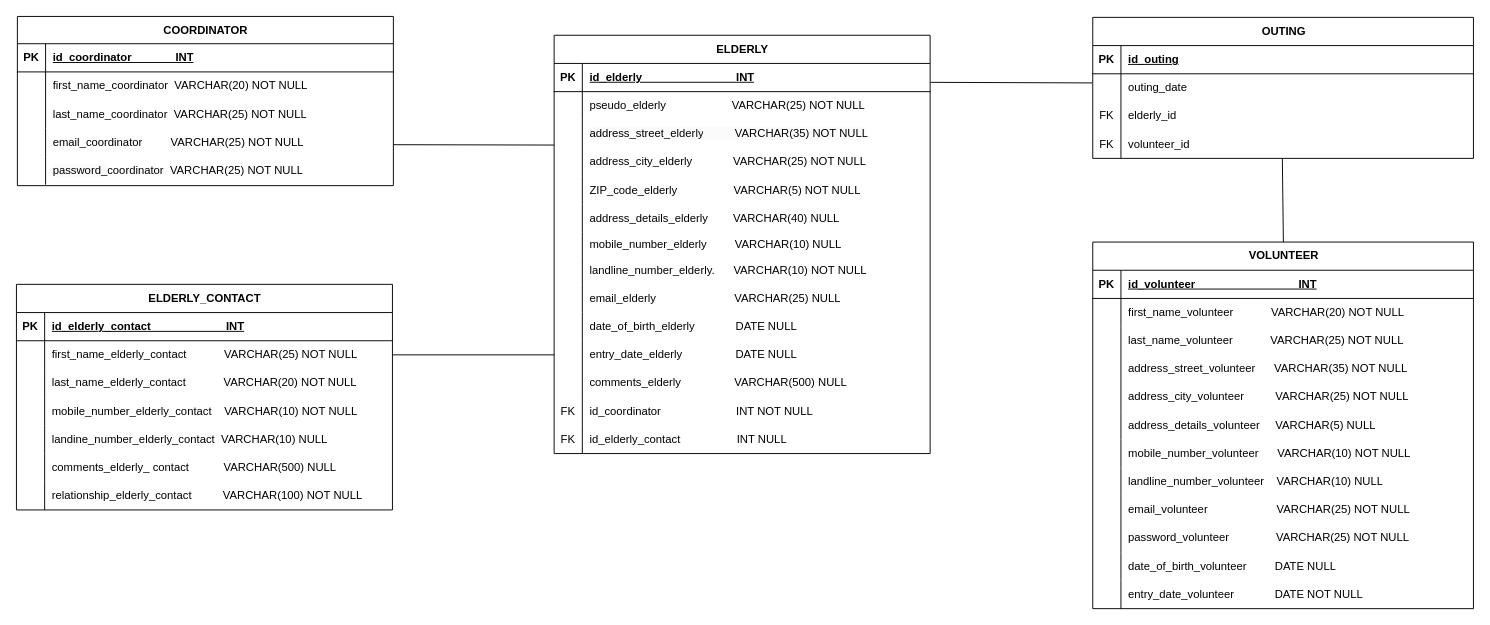
AnneGicquel/MCD_Marche_avec_Eliane keeps this draw.io diagram as page "Page-6" (3 of 5) of MCD_MaE.drawio. Above is the earlier version. Source tidied: cells renumbered, new cells numbered last; positions are measured from the earlier drawing's top-left corner, leaving out a move shared by most shapes. Both pictures are drawn from the tidied source at 94%, with x=0, y=0 at pixel (16, 16).
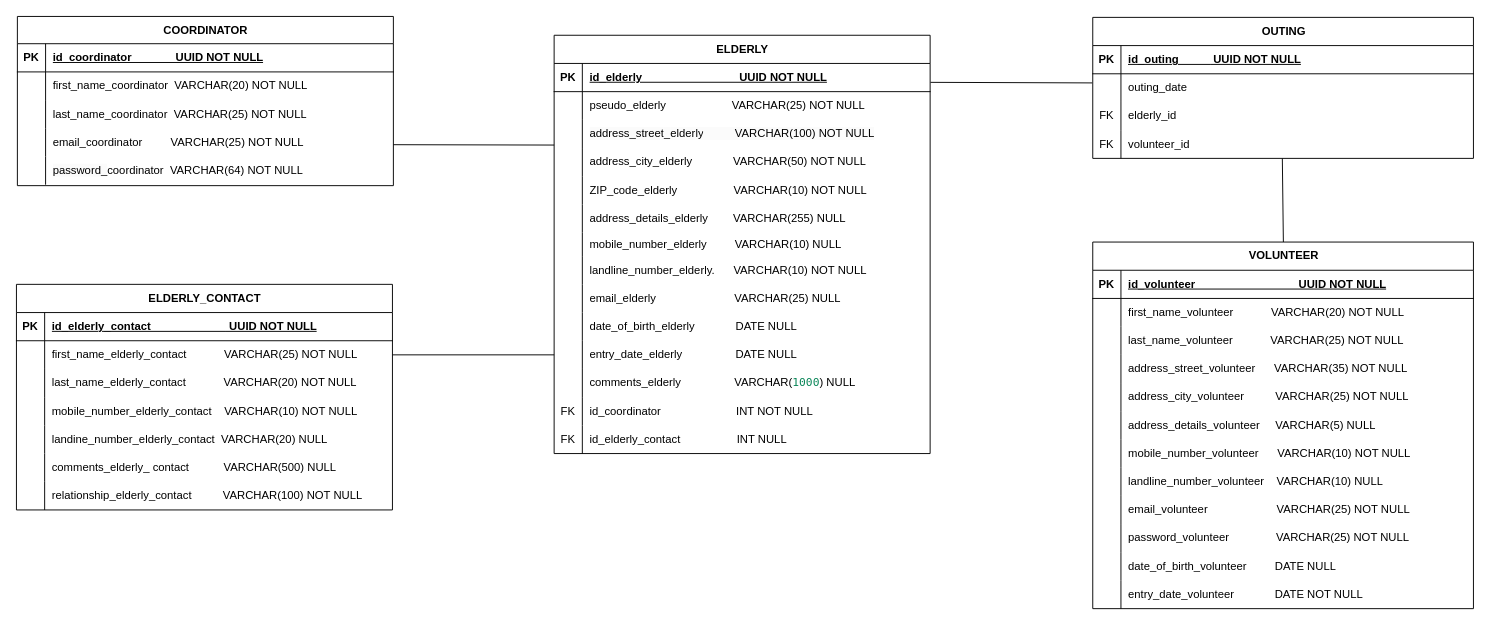
Above is the later version.

Commit message (it also covers changes not shown here):
Mettre à jour MCD_MaE.drawio

The change refers to these unchanged cells:
```xml
<mxCell id="18" style="shape=tableRow;horizontal=0;startSize=0;swimlaneHead=0;swimlaneBody=0;fillColor=none;top=0;left=0;right=0;bottom=1;rounded=0;" parent="1" vertex="1">
  <mxGeometry x="1145" y="31" width="405" height="30" as="geometry" />
</mxCell>
<mxCell id="22" style="shape=tableRow;horizontal=0;startSize=0;swimlaneHead=0;swimlaneBody=0;fillColor=none;top=0;left=0;right=0;bottom=1;" parent="21" vertex="1">
  <mxGeometry y="29" width="400" height="30" as="geometry" />
</mxCell>
<mxCell id="34" style="shape=tableRow;horizontal=0;startSize=0;swimlaneHead=0;swimlaneBody=0;fillColor=none;top=0;left=0;right=0;bottom=0;" parent="21" vertex="1">
  <mxGeometry y="149" width="400" height="30" as="geometry" />
</mxCell>
<mxCell id="38" style="shape=tableRow;horizontal=0;startSize=0;swimlaneHead=0;swimlaneBody=0;fillColor=none;points=[[0,0.5],[1,0.5]];portConstraint=eastwest;top=0;left=0;right=0;bottom=1;" parent="37" vertex="1">
  <mxGeometry y="30" width="400" height="30" as="geometry" />
</mxCell>
<mxCell id="44" style="shape=tableRow;horizontal=0;startSize=0;swimlaneHead=0;swimlaneBody=0;fillColor=none;points=[[0,0.5],[1,0.5]];portConstraint=eastwest;top=0;left=0;right=0;bottom=0;" parent="37" vertex="1">
  <mxGeometry y="90" width="400" height="30" as="geometry" />
</mxCell>
<mxCell id="47" style="shape=tableRow;horizontal=0;startSize=0;swimlaneHead=0;swimlaneBody=0;fillColor=none;top=0;left=0;right=0;bottom=0;" parent="37" vertex="1">
  <mxGeometry y="120" width="400" height="30" as="geometry" />
</mxCell>
<mxCell id="50" style="shape=tableRow;horizontal=0;startSize=0;swimlaneHead=0;swimlaneBody=0;fillColor=none;top=0;left=0;right=0;bottom=0;" parent="37" vertex="1">
  <mxGeometry y="150" width="400" height="30" as="geometry" />
</mxCell>
<mxCell id="53" style="shape=tableRow;horizontal=0;startSize=0;swimlaneHead=0;swimlaneBody=0;fillColor=none;top=0;left=0;right=0;bottom=0;" parent="37" vertex="1">
  <mxGeometry y="180" width="400" height="30" as="geometry" />
</mxCell>
<mxCell id="71" style="shape=tableRow;horizontal=0;startSize=0;swimlaneHead=0;swimlaneBody=0;fillColor=none;top=0;left=0;right=0;bottom=0;" parent="37" vertex="1">
  <mxGeometry y="355" width="400" height="30" as="geometry" />
</mxCell>
<mxCell id="82" style="shape=tableRow;horizontal=0;startSize=0;swimlaneHead=0;swimlaneBody=0;fillColor=none;top=0;left=0;right=0;bottom=1;" parent="81" vertex="1">
  <mxGeometry y="30" width="400" height="30" as="geometry" />
</mxCell>
<mxCell id="94" style="shape=tableRow;horizontal=0;startSize=0;swimlaneHead=0;swimlaneBody=0;fillColor=none;top=0;left=0;right=0;bottom=0;" parent="81" vertex="1">
  <mxGeometry y="150" width="400" height="30" as="geometry" />
</mxCell>
<mxCell id="104" style="shape=tableRow;horizontal=0;startSize=0;swimlaneHead=0;swimlaneBody=0;fillColor=none;top=0;left=0;right=0;bottom=1;" parent="103" vertex="1">
  <mxGeometry y="30" width="405" height="30" as="geometry" />
</mxCell>
```

Change to the diagram source:
```diff
@@
-    <mxCell id="19" value="&lt;span style=&quot;white-space-collapse: preserve;&quot;&gt;id_outing&lt;/span&gt;" style="shape=partialRectangle;fillColor=none;top=0;left=0;bottom=0;right=0;align=left;spacingLeft=6;fontStyle=5;overflow=hidden;whiteSpace=wrap;html=1;rounded=0;" parent="18" vertex="1">
+    <mxCell id="19" value="&lt;span style=&quot;white-space-collapse: preserve;&quot;&gt;id_outing          &lt;/span&gt;&amp;nbsp;UUID NOT NULL" style="shape=partialRectangle;fillColor=none;top=0;left=0;bottom=0;right=0;align=left;spacingLeft=6;fontStyle=5;overflow=hidden;whiteSpace=wrap;html=1;rounded=0;" parent="18" vertex="1">
       <mxGeometry x="30" width="210" height="30" as="geometry" />
     </mxCell>
@@
-    <mxCell id="24" value="id_coordinator&amp;nbsp; &amp;nbsp; &amp;nbsp; &amp;nbsp; &amp;nbsp; &amp;nbsp; &amp;nbsp; INT" style="shape=partialRectangle;fillColor=none;top=0;left=0;bottom=0;right=0;align=left;spacingLeft=6;fontStyle=5;overflow=hidden;whiteSpace=wrap;html=1;" parent="22" vertex="1">
+    <mxCell id="24" value="id_coordinator&amp;nbsp; &amp;nbsp; &amp;nbsp; &amp;nbsp; &amp;nbsp; &amp;nbsp; &amp;nbsp; UUID NOT NULL" style="shape=partialRectangle;fillColor=none;top=0;left=0;bottom=0;right=0;align=left;spacingLeft=6;fontStyle=5;overflow=hidden;whiteSpace=wrap;html=1;" parent="22" vertex="1">
       <mxGeometry x="30" width="370" height="30" as="geometry" />
     </mxCell>
@@
-    <mxCell id="36" value="&lt;span style=&quot;color: rgb(0, 0, 0); font-family: Helvetica; font-size: 12px; font-style: normal; font-variant-ligatures: normal; font-variant-caps: normal; font-weight: 400; letter-spacing: normal; orphans: 2; text-align: left; text-indent: 0px; text-transform: none; widows: 2; word-spacing: 0px; -webkit-text-stroke-width: 0px; white-space: pre-wrap; background-color: rgb(251, 251, 251); text-decoration-thickness: initial; text-decoration-style: initial; text-decoration-color: initial; display: inline !important; float: none;&quot;&gt;password_&lt;/span&gt;&lt;span style=&quot;white-space-collapse: preserve;&quot;&gt;coordinator &lt;/span&gt;&lt;span style=&quot;white-space-collapse: preserve;&quot;&gt; &lt;/span&gt;&lt;span style=&quot;white-space-collapse: preserve;&quot;&gt;VARCHAR(25) NOT NULL&lt;/span&gt;" style="shape=partialRectangle;fillColor=none;top=0;left=0;bottom=0;right=0;align=left;spacingLeft=6;overflow=hidden;whiteSpace=wrap;html=1;" parent="34" vertex="1">
+    <mxCell id="36" value="&lt;span style=&quot;color: rgb(0, 0, 0); font-family: Helvetica; font-size: 12px; font-style: normal; font-variant-ligatures: normal; font-variant-caps: normal; font-weight: 400; letter-spacing: normal; orphans: 2; text-align: left; text-indent: 0px; text-transform: none; widows: 2; word-spacing: 0px; -webkit-text-stroke-width: 0px; white-space: pre-wrap; background-color: rgb(251, 251, 251); text-decoration-thickness: initial; text-decoration-style: initial; text-decoration-color: initial; display: inline !important; float: none;&quot;&gt;password_&lt;/span&gt;&lt;span style=&quot;white-space-collapse: preserve;&quot;&gt;coordinator &lt;/span&gt;&lt;span style=&quot;white-space-collapse: preserve;&quot;&gt; &lt;/span&gt;&lt;span style=&quot;white-space-collapse: preserve;&quot;&gt;VARCHAR(64) NOT NULL&lt;/span&gt;" style="shape=partialRectangle;fillColor=none;top=0;left=0;bottom=0;right=0;align=left;spacingLeft=6;overflow=hidden;whiteSpace=wrap;html=1;" parent="34" vertex="1">
       <mxGeometry x="30" width="370" height="30" as="geometry" />
     </mxCell>
@@
-    <mxCell id="40" value="id_elderly&amp;nbsp; &amp;nbsp; &amp;nbsp; &amp;nbsp; &amp;nbsp; &amp;nbsp; &amp;nbsp; &amp;nbsp; &amp;nbsp; &amp;nbsp; &amp;nbsp; &amp;nbsp; &amp;nbsp; &amp;nbsp; &amp;nbsp; INT" style="shape=partialRectangle;fillColor=none;top=0;left=0;bottom=0;right=0;align=left;spacingLeft=6;fontStyle=5;overflow=hidden;whiteSpace=wrap;html=1;" parent="38" vertex="1">
+    <mxCell id="40" value="id_elderly&amp;nbsp; &amp;nbsp; &amp;nbsp; &amp;nbsp; &amp;nbsp; &amp;nbsp; &amp;nbsp; &amp;nbsp; &amp;nbsp; &amp;nbsp; &amp;nbsp; &amp;nbsp; &amp;nbsp; &amp;nbsp; &amp;nbsp;&amp;nbsp;&amp;nbsp;UUID NOT NULL" style="shape=partialRectangle;fillColor=none;top=0;left=0;bottom=0;right=0;align=left;spacingLeft=6;fontStyle=5;overflow=hidden;whiteSpace=wrap;html=1;" parent="38" vertex="1">
       <mxGeometry x="30" width="370" height="30" as="geometry" />
     </mxCell>
@@
-    <mxCell id="46" value="&lt;span style=&quot;forced-color-adjust: none; color: rgb(0, 0, 0); font-family: Helvetica; font-size: 12px; font-style: normal; font-variant-ligatures: normal; font-variant-caps: normal; font-weight: 400; letter-spacing: normal; orphans: 2; text-align: left; text-indent: 0px; text-transform: none; widows: 2; word-spacing: 0px; -webkit-text-stroke-width: 0px; white-space: pre-wrap; background-color: rgb(251, 251, 251); text-decoration-thickness: initial; text-decoration-style: initial; text-decoration-color: initial;&quot;&gt;address_street&lt;/span&gt;&lt;span style=&quot;forced-color-adjust: none; color: rgb(0, 0, 0); font-family: Helvetica; font-size: 12px; font-style: normal; font-variant-ligatures: normal; font-variant-caps: normal; font-weight: 400; letter-spacing: normal; orphans: 2; text-align: left; text-indent: 0px; text-transform: none; widows: 2; word-spacing: 0px; -webkit-text-stroke-width: 0px; white-space: pre-wrap; background-color: rgb(251, 251, 251); text-decoration-thickness: initial; text-decoration-style: initial; text-decoration-color: initial;&quot;&gt;_&lt;/span&gt;&lt;span style=&quot;forced-color-adjust: none; color: rgb(0, 0, 0); font-family: Helvetica; font-size: 12px; font-style: normal; font-variant-ligatures: normal; font-variant-caps: normal; font-weight: 400; letter-spacing: normal; orphans: 2; text-indent: 0px; text-transform: none; widows: 2; word-spacing: 0px; -webkit-text-stroke-width: 0px; white-space: nowrap; background-color: rgb(251, 251, 251); text-decoration-thickness: initial; text-decoration-style: initial; text-decoration-color: initial; text-align: center;&quot;&gt;elderly&lt;/span&gt;&lt;span style=&quot;forced-color-adjust: none; color: rgb(0, 0, 0); font-family: Helvetica; font-size: 12px; font-style: normal; font-variant-ligatures: normal; font-variant-caps: normal; font-weight: 400; letter-spacing: normal; orphans: 2; text-align: left; text-indent: 0px; text-transform: none; widows: 2; word-spacing: 0px; -webkit-text-stroke-width: 0px; white-space: pre-wrap; background-color: rgb(251, 251, 251); text-decoration-thickness: initial; text-decoration-style: initial; text-decoration-color: initial;&quot;&gt;          &lt;/span&gt;&lt;span style=&quot;forced-color-adjust: none; color: rgb(0, 0, 0); font-family: Helvetica; font-size: 12px; font-style: normal; font-variant-ligatures: normal; font-variant-caps: normal; font-weight: 400; letter-spacing: normal; orphans: 2; text-align: left; text-indent: 0px; text-transform: none; widows: 2; word-spacing: 0px; -webkit-text-stroke-width: 0px; white-space: pre-wrap; background-color: rgb(251, 251, 251); text-decoration-thickness: initial; text-decoration-style: initial; text-decoration-color: initial;&quot;&gt;VARCHAR(35) NOT NULL&lt;/span&gt;" style="shape=partialRectangle;fillColor=none;top=0;left=0;bottom=0;right=0;align=left;spacingLeft=6;overflow=hidden;whiteSpace=wrap;html=1;" parent="44" vertex="1">
+    <mxCell id="46" value="&lt;span style=&quot;forced-color-adjust: none; color: rgb(0, 0, 0); font-family: Helvetica; font-size: 12px; font-style: normal; font-variant-ligatures: normal; font-variant-caps: normal; font-weight: 400; letter-spacing: normal; orphans: 2; text-align: left; text-indent: 0px; text-transform: none; widows: 2; word-spacing: 0px; -webkit-text-stroke-width: 0px; white-space: pre-wrap; background-color: rgb(251, 251, 251); text-decoration-thickness: initial; text-decoration-style: initial; text-decoration-color: initial;&quot;&gt;address_street&lt;/span&gt;&lt;span style=&quot;forced-color-adjust: none; color: rgb(0, 0, 0); font-family: Helvetica; font-size: 12px; font-style: normal; font-variant-ligatures: normal; font-variant-caps: normal; font-weight: 400; letter-spacing: normal; orphans: 2; text-align: left; text-indent: 0px; text-transform: none; widows: 2; word-spacing: 0px; -webkit-text-stroke-width: 0px; white-space: pre-wrap; background-color: rgb(251, 251, 251); text-decoration-thickness: initial; text-decoration-style: initial; text-decoration-color: initial;&quot;&gt;_&lt;/span&gt;&lt;span style=&quot;forced-color-adjust: none; color: rgb(0, 0, 0); font-family: Helvetica; font-size: 12px; font-style: normal; font-variant-ligatures: normal; font-variant-caps: normal; font-weight: 400; letter-spacing: normal; orphans: 2; text-indent: 0px; text-transform: none; widows: 2; word-spacing: 0px; -webkit-text-stroke-width: 0px; white-space: nowrap; background-color: rgb(251, 251, 251); text-decoration-thickness: initial; text-decoration-style: initial; text-decoration-color: initial; text-align: center;&quot;&gt;elderly&lt;/span&gt;&lt;span style=&quot;forced-color-adjust: none; color: rgb(0, 0, 0); font-family: Helvetica; font-size: 12px; font-style: normal; font-variant-ligatures: normal; font-variant-caps: normal; font-weight: 400; letter-spacing: normal; orphans: 2; text-align: left; text-indent: 0px; text-transform: none; widows: 2; word-spacing: 0px; -webkit-text-stroke-width: 0px; white-space: pre-wrap; background-color: rgb(251, 251, 251); text-decoration-thickness: initial; text-decoration-style: initial; text-decoration-color: initial;&quot;&gt;          &lt;/span&gt;&lt;span style=&quot;forced-color-adjust: none; color: rgb(0, 0, 0); font-family: Helvetica; font-size: 12px; font-style: normal; font-variant-ligatures: normal; font-variant-caps: normal; font-weight: 400; letter-spacing: normal; orphans: 2; text-align: left; text-indent: 0px; text-transform: none; widows: 2; word-spacing: 0px; -webkit-text-stroke-width: 0px; white-space: pre-wrap; background-color: rgb(251, 251, 251); text-decoration-thickness: initial; text-decoration-style: initial; text-decoration-color: initial;&quot;&gt;VARCHAR(100) NOT NULL&lt;/span&gt;" style="shape=partialRectangle;fillColor=none;top=0;left=0;bottom=0;right=0;align=left;spacingLeft=6;overflow=hidden;whiteSpace=wrap;html=1;" parent="44" vertex="1">
       <mxGeometry x="30" width="370" height="30" as="geometry" />
     </mxCell>
@@
-    <mxCell id="49" value="&lt;span style=&quot;white-space-collapse: preserve;&quot;&gt;address_city_&lt;/span&gt;&lt;span style=&quot;text-align: center; text-wrap: nowrap;&quot;&gt;elderly&lt;/span&gt;&lt;span style=&quot;white-space-collapse: preserve;&quot;&gt;             &lt;/span&gt;&lt;span style=&quot;white-space-collapse: preserve;&quot;&gt;VARCHAR(25) NOT NULL&lt;/span&gt;" style="shape=partialRectangle;fillColor=none;top=0;left=0;bottom=0;right=0;align=left;spacingLeft=6;overflow=hidden;whiteSpace=wrap;html=1;" parent="47" vertex="1">
+    <mxCell id="49" value="&lt;span style=&quot;white-space-collapse: preserve;&quot;&gt;address_city_&lt;/span&gt;&lt;span style=&quot;text-align: center; text-wrap: nowrap;&quot;&gt;elderly&lt;/span&gt;&lt;span style=&quot;white-space-collapse: preserve;&quot;&gt;             &lt;/span&gt;&lt;span style=&quot;white-space-collapse: preserve;&quot;&gt;VARCHAR(50) NOT NULL&lt;/span&gt;" style="shape=partialRectangle;fillColor=none;top=0;left=0;bottom=0;right=0;align=left;spacingLeft=6;overflow=hidden;whiteSpace=wrap;html=1;" parent="47" vertex="1">
       <mxGeometry x="30" width="370" height="30" as="geometry" />
     </mxCell>
@@
-    <mxCell id="52" value="ZIP_code_elderly&amp;nbsp; &amp;nbsp; &amp;nbsp; &amp;nbsp; &amp;nbsp; &amp;nbsp; &amp;nbsp; &amp;nbsp; &amp;nbsp;&amp;nbsp;&lt;span style=&quot;white-space-collapse: preserve;&quot;&gt;VARCHAR(5) NOT NULL&lt;/span&gt;" style="shape=partialRectangle;fillColor=none;top=0;left=0;bottom=0;right=0;align=left;spacingLeft=6;overflow=hidden;whiteSpace=wrap;html=1;" parent="50" vertex="1">
+    <mxCell id="52" value="ZIP_code_elderly&amp;nbsp; &amp;nbsp; &amp;nbsp; &amp;nbsp; &amp;nbsp; &amp;nbsp; &amp;nbsp; &amp;nbsp; &amp;nbsp;&amp;nbsp;&lt;span style=&quot;white-space-collapse: preserve;&quot;&gt;VARCHAR(10) NOT NULL&lt;/span&gt;" style="shape=partialRectangle;fillColor=none;top=0;left=0;bottom=0;right=0;align=left;spacingLeft=6;overflow=hidden;whiteSpace=wrap;html=1;" parent="50" vertex="1">
       <mxGeometry x="30" width="370" height="30" as="geometry" />
     </mxCell>
@@
-    <mxCell id="55" value="address_details_&lt;span style=&quot;text-align: center; text-wrap: nowrap;&quot;&gt;elderly&lt;/span&gt;&lt;span style=&quot;white-space-collapse: preserve;&quot;&gt;        &lt;/span&gt;&lt;span style=&quot;white-space-collapse: preserve;&quot;&gt;VARCHAR(40) NULL&lt;/span&gt;" style="shape=partialRectangle;fillColor=none;top=0;left=0;bottom=0;right=0;align=left;spacingLeft=6;overflow=hidden;whiteSpace=wrap;html=1;" parent="53" vertex="1">
+    <mxCell id="55" value="address_details_&lt;span style=&quot;text-align: center; text-wrap: nowrap;&quot;&gt;elderly&lt;/span&gt;&lt;span style=&quot;white-space-collapse: preserve;&quot;&gt;        &lt;/span&gt;&lt;span style=&quot;white-space-collapse: preserve;&quot;&gt;VARCHAR(255) NULL&lt;/span&gt;" style="shape=partialRectangle;fillColor=none;top=0;left=0;bottom=0;right=0;align=left;spacingLeft=6;overflow=hidden;whiteSpace=wrap;html=1;" parent="53" vertex="1">
       <mxGeometry x="30" width="370" height="30" as="geometry" />
     </mxCell>
@@
-    <mxCell id="73" value="comments_elderly&amp;nbsp; &amp;nbsp; &amp;nbsp; &amp;nbsp; &amp;nbsp; &amp;nbsp; &amp;nbsp; &amp;nbsp; &amp;nbsp;&lt;span style=&quot;white-space-collapse: preserve;&quot;&gt;VARCHAR(500) NULL&lt;/span&gt;" style="shape=partialRectangle;fillColor=none;top=0;left=0;bottom=0;right=0;align=left;spacingLeft=6;overflow=hidden;whiteSpace=wrap;html=1;" parent="71" vertex="1">
+    <mxCell id="73" value="comments_elderly&amp;nbsp; &amp;nbsp; &amp;nbsp; &amp;nbsp; &amp;nbsp; &amp;nbsp; &amp;nbsp; &amp;nbsp; &amp;nbsp;&lt;span style=&quot;white-space-collapse: preserve;&quot;&gt;VARCHAR(&lt;font face=&quot;Menlo, Monaco, Courier New, monospace&quot; color=&quot;#098658&quot;&gt;&lt;span style=&quot;text-wrap: nowrap; background-color: rgb(255, 255, 255);&quot;&gt;1000&lt;/span&gt;&lt;/font&gt;&lt;/span&gt;&lt;span style=&quot;white-space-collapse: preserve; background-color: initial;&quot;&gt;) NULL&lt;/span&gt;" style="shape=partialRectangle;fillColor=none;top=0;left=0;bottom=0;right=0;align=left;spacingLeft=6;overflow=hidden;whiteSpace=wrap;html=1;" parent="71" vertex="1">
       <mxGeometry x="30" width="370" height="30" as="geometry" />
     </mxCell>
@@
-    <mxCell id="84" value="&lt;span style=&quot;text-align: center; text-wrap: nowrap;&quot;&gt;id_elderly_contact&amp;nbsp; &amp;nbsp; &amp;nbsp; &amp;nbsp; &amp;nbsp; &amp;nbsp; &amp;nbsp; &amp;nbsp; &amp;nbsp; &amp;nbsp; &amp;nbsp; &amp;nbsp; INT&lt;/span&gt;" style="shape=partialRectangle;fillColor=none;top=0;left=0;bottom=0;right=0;align=left;spacingLeft=6;fontStyle=5;overflow=hidden;whiteSpace=wrap;html=1;" parent="82" vertex="1">
+    <mxCell id="84" value="&lt;span style=&quot;text-align: center; text-wrap: nowrap;&quot;&gt;id_elderly_contact&amp;nbsp; &amp;nbsp; &amp;nbsp; &amp;nbsp; &amp;nbsp; &amp;nbsp; &amp;nbsp; &amp;nbsp; &amp;nbsp; &amp;nbsp; &amp;nbsp; &amp;nbsp;&amp;nbsp;&lt;/span&gt;&amp;nbsp;UUID NOT NULL" style="shape=partialRectangle;fillColor=none;top=0;left=0;bottom=0;right=0;align=left;spacingLeft=6;fontStyle=5;overflow=hidden;whiteSpace=wrap;html=1;" parent="82" vertex="1">
       <mxGeometry x="30" width="370" height="30" as="geometry" />
     </mxCell>
@@
-    <mxCell id="96" value="landine_number_elderly_contact&amp;nbsp; VARCHAR(10) NULL" style="shape=partialRectangle;fillColor=none;top=0;left=0;bottom=0;right=0;align=left;spacingLeft=6;overflow=hidden;whiteSpace=wrap;html=1;" parent="94" vertex="1">
+    <mxCell id="96" value="landine_number_elderly_contact&amp;nbsp; VARCHAR(20) NULL" style="shape=partialRectangle;fillColor=none;top=0;left=0;bottom=0;right=0;align=left;spacingLeft=6;overflow=hidden;whiteSpace=wrap;html=1;" parent="94" vertex="1">
       <mxGeometry x="30" width="370" height="30" as="geometry" />
     </mxCell>
@@
-    <mxCell id="106" value="id_volunteer&amp;nbsp; &amp;nbsp; &amp;nbsp; &amp;nbsp; &amp;nbsp; &amp;nbsp; &amp;nbsp; &amp;nbsp; &amp;nbsp; &amp;nbsp; &amp;nbsp; &amp;nbsp; &amp;nbsp; &amp;nbsp; &amp;nbsp; &amp;nbsp; &amp;nbsp;INT" style="shape=partialRectangle;fillColor=none;top=0;left=0;bottom=0;right=0;align=left;spacingLeft=6;fontStyle=5;overflow=hidden;whiteSpace=wrap;html=1;" parent="104" vertex="1">
+    <mxCell id="106" value="id_volunteer&amp;nbsp; &amp;nbsp; &amp;nbsp; &amp;nbsp; &amp;nbsp; &amp;nbsp; &amp;nbsp; &amp;nbsp; &amp;nbsp; &amp;nbsp; &amp;nbsp; &amp;nbsp; &amp;nbsp; &amp;nbsp; &amp;nbsp; &amp;nbsp;&amp;nbsp;&amp;nbsp;UUID NOT NULL" style="shape=partialRectangle;fillColor=none;top=0;left=0;bottom=0;right=0;align=left;spacingLeft=6;fontStyle=5;overflow=hidden;whiteSpace=wrap;html=1;" parent="104" vertex="1">
       <mxGeometry x="30" width="375" height="30" as="geometry" />
     </mxCell>
```
